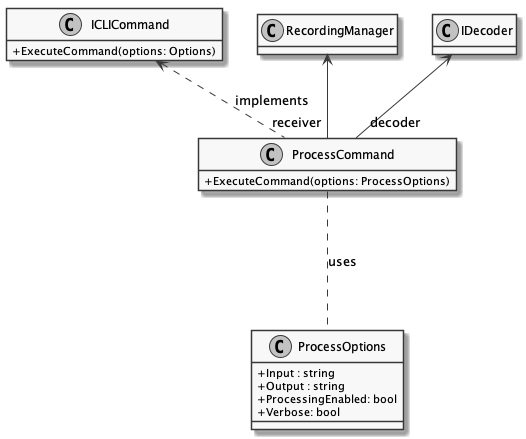
insightmind/MORR keeps this PlantUML diagram as documents/sd/resources/Classes/Core/CLI/ProcessCommand.png. Above is the earlier version.
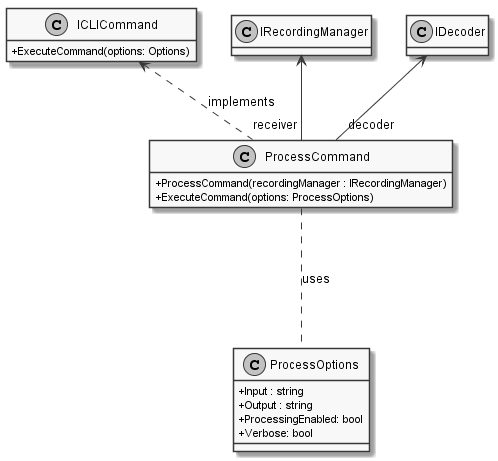
The same file after the commit.

Change to the diagram source:
```diff
@@ -15,11 +15,12 @@
 }
 
 class ProcessCommand {
+    + ProcessCommand(recordingManager : IRecordingManager)
     + ExecuteCommand(options: ProcessOptions)
 }
 
 ProcessCommand ... ProcessOptions : uses
 ICLICommand <.. ProcessCommand : implements
-RecordingManager <-- "receiver" ProcessCommand
+IRecordingManager <-- "receiver" ProcessCommand
 IDecoder <-- "decoder" ProcessCommand
 @enduml
```
